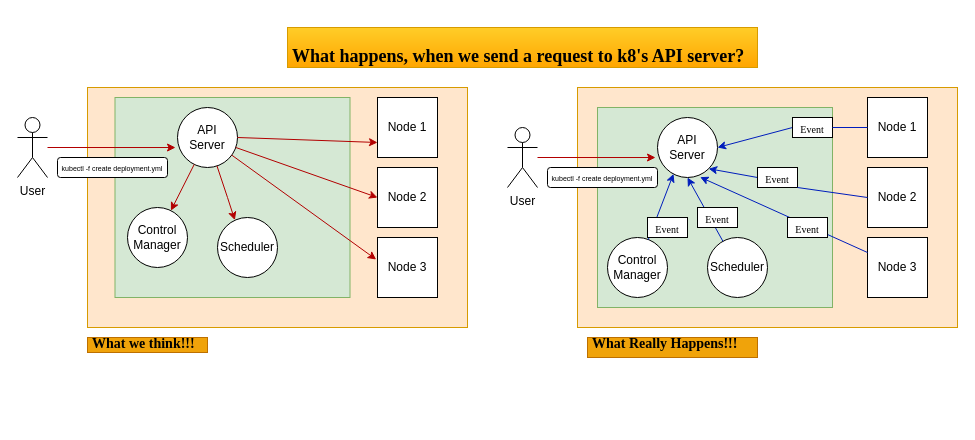
Earlier version of the draw.io diagram Untitled Diagram.drawio (Nagendren/Kubernetes). Source tidied: cells renumbered, new cells numbered last; positions are measured from the earlier drawing's top-left corner, leaving out a move shared by most shapes. Both pictures are drawn from the tidied source at 100%, with x=0, y=0 at pixel (17, 27).
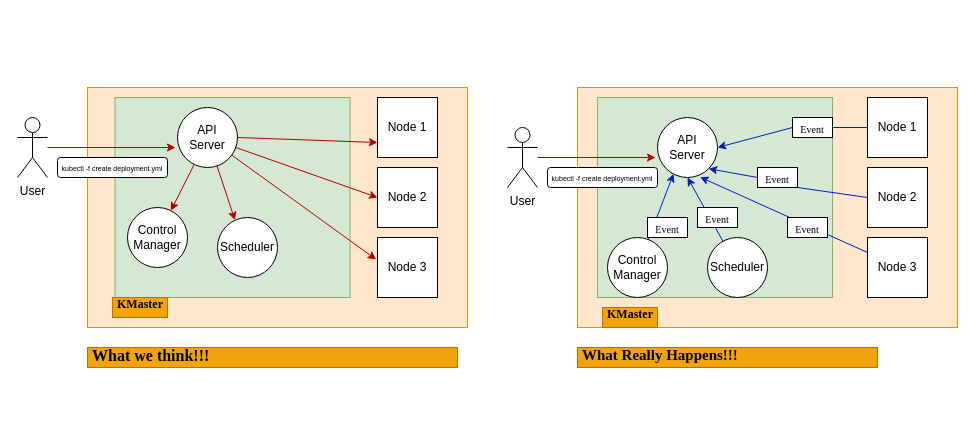
Above is the later version.

What changed in the source:
```diff
@@
-    <mxCell id="19" value="&lt;h1 style=&quot;&quot;&gt;&lt;font style=&quot;font-size: 14px;&quot;&gt;What we think!!!&lt;/font&gt;&lt;/h1&gt;" style="text;html=1;strokeColor=#BD7000;fillColor=#f0a30a;spacing=5;spacingTop=-20;whiteSpace=wrap;overflow=hidden;rounded=0;fontFamily=Times New Roman;fontSize=7;fontColor=#000000;" parent="1" vertex="1">
-      <mxGeometry x="70" y="310" width="120" height="15" as="geometry" />
+    <mxCell id="19" value="&lt;h1&gt;&lt;font style=&quot;font-size: 16px;&quot;&gt;What we think!!!&lt;/font&gt;&lt;/h1&gt;" style="text;html=1;strokeColor=#BD7000;fillColor=#f0a30a;spacing=5;spacingTop=-20;whiteSpace=wrap;overflow=hidden;rounded=0;fontFamily=Times New Roman;fontSize=7;fontColor=#000000;" parent="1" vertex="1">
+      <mxGeometry x="70" y="320" width="370" height="20" as="geometry" />
     </mxCell>
-    <mxCell id="20" value="&lt;h1&gt;&lt;font style=&quot;font-size: 18px;&quot;&gt;What happens, when we send a request to k8's API server?&lt;/font&gt;&lt;br&gt;&lt;/h1&gt;" style="text;html=1;strokeColor=#d79b00;fillColor=#ffcd28;spacing=5;spacingTop=-20;whiteSpace=wrap;overflow=hidden;rounded=0;fontFamily=Times New Roman;fontSize=14;gradientColor=#ffa500;" parent="1" vertex="1">
-      <mxGeometry x="270" width="470" height="40" as="geometry" />
-    </mxCell>
@@
     <mxCell id="22" style="rounded=0;whiteSpace=wrap;html=1;fillColor=#d5e8d4;strokeColor=#82b366;" parent="1" vertex="1">
-      <mxGeometry x="580" y="80" width="235" height="200" as="geometry" />
+      <mxGeometry x="580" y="70" width="235" height="200" as="geometry" />
     </mxCell>
@@
-    <mxCell id="33" value="&lt;h1 style=&quot;&quot;&gt;&lt;font style=&quot;font-size: 14px;&quot;&gt;What Really Happens!!!&lt;/font&gt;&lt;/h1&gt;" style="text;html=1;strokeColor=#BD7000;fillColor=#f0a30a;spacing=5;spacingTop=-20;whiteSpace=wrap;overflow=hidden;rounded=0;fontFamily=Times New Roman;fontSize=7;fontColor=#000000;" parent="1" vertex="1">
-      <mxGeometry x="570" y="310" width="170" height="20" as="geometry" />
+    <mxCell id="33" value="&lt;h1 style=&quot;&quot;&gt;&lt;font style=&quot;font-size: 15px;&quot;&gt;What Really Happens!!!&lt;/font&gt;&lt;/h1&gt;" style="text;html=1;strokeColor=#BD7000;fillColor=#f0a30a;spacing=5;spacingTop=-20;whiteSpace=wrap;overflow=hidden;rounded=0;fontFamily=Times New Roman;fontSize=7;fontColor=#000000;" parent="1" vertex="1">
+      <mxGeometry x="560" y="320" width="300" height="20" as="geometry" />
     </mxCell>
@@
+    <mxCell id="46" value="&lt;h1&gt;&lt;font style=&quot;font-size: 12px;&quot;&gt;KMaster&lt;/font&gt;&lt;/h1&gt;" style="text;html=1;strokeColor=#BD7000;fillColor=#f0a30a;spacing=5;spacingTop=-20;whiteSpace=wrap;overflow=hidden;rounded=0;fontFamily=Times New Roman;fontSize=7;fontColor=#000000;" parent="1" vertex="1">
+      <mxGeometry x="95" y="270" width="55" height="20" as="geometry" />
+    </mxCell>
+    <mxCell id="47" value="&lt;h1&gt;&lt;font style=&quot;font-size: 12px;&quot;&gt;KMaster&lt;/font&gt;&lt;/h1&gt;" style="text;html=1;strokeColor=#BD7000;fillColor=#f0a30a;spacing=5;spacingTop=-20;whiteSpace=wrap;overflow=hidden;rounded=0;fontFamily=Times New Roman;fontSize=7;fontColor=#000000;" parent="1" vertex="1">
+      <mxGeometry x="585" y="280" width="55" height="20" as="geometry" />
+    </mxCell>
```
